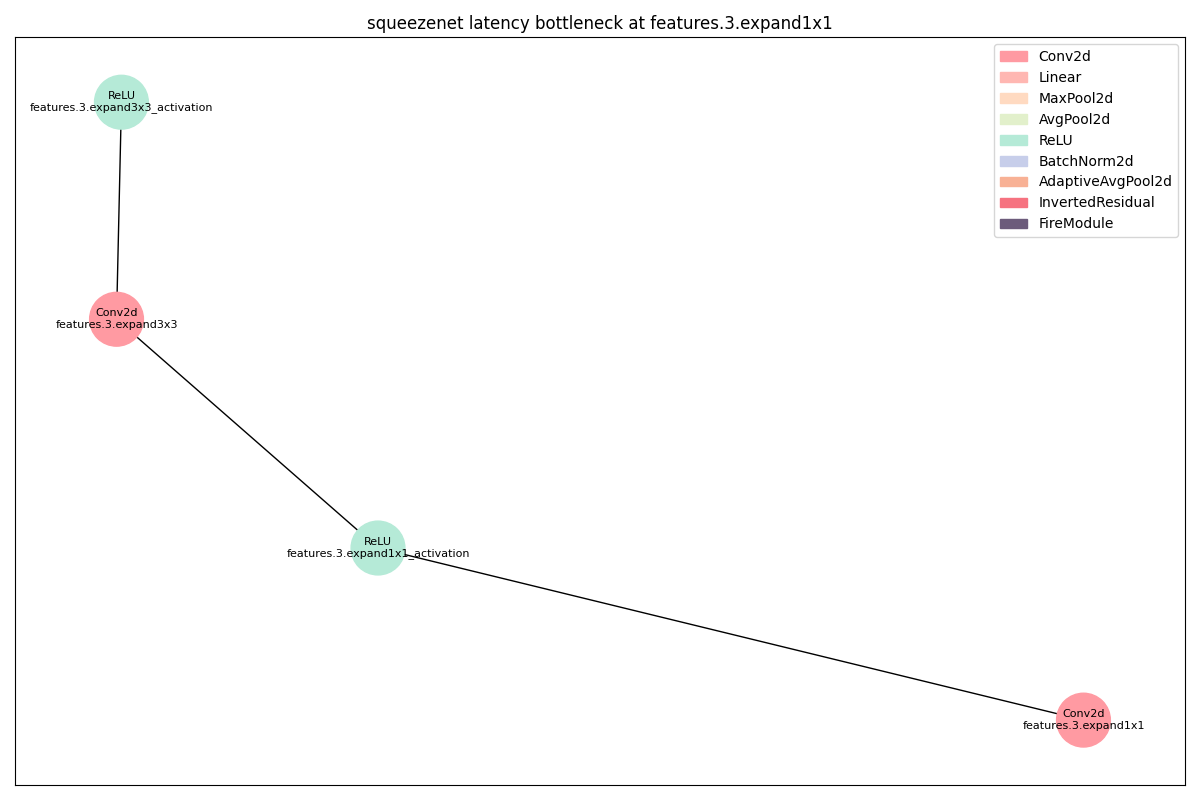
Above: dags/squeezenet_latency_features_3_expand1x1_op.png in 11222-Meng/DNN_Bottlen_Layer_Analysis (Graphviz), before the change. Its source is kept beside it as dags/squeezenet_latency_features_3_expand1x1_op.dot.
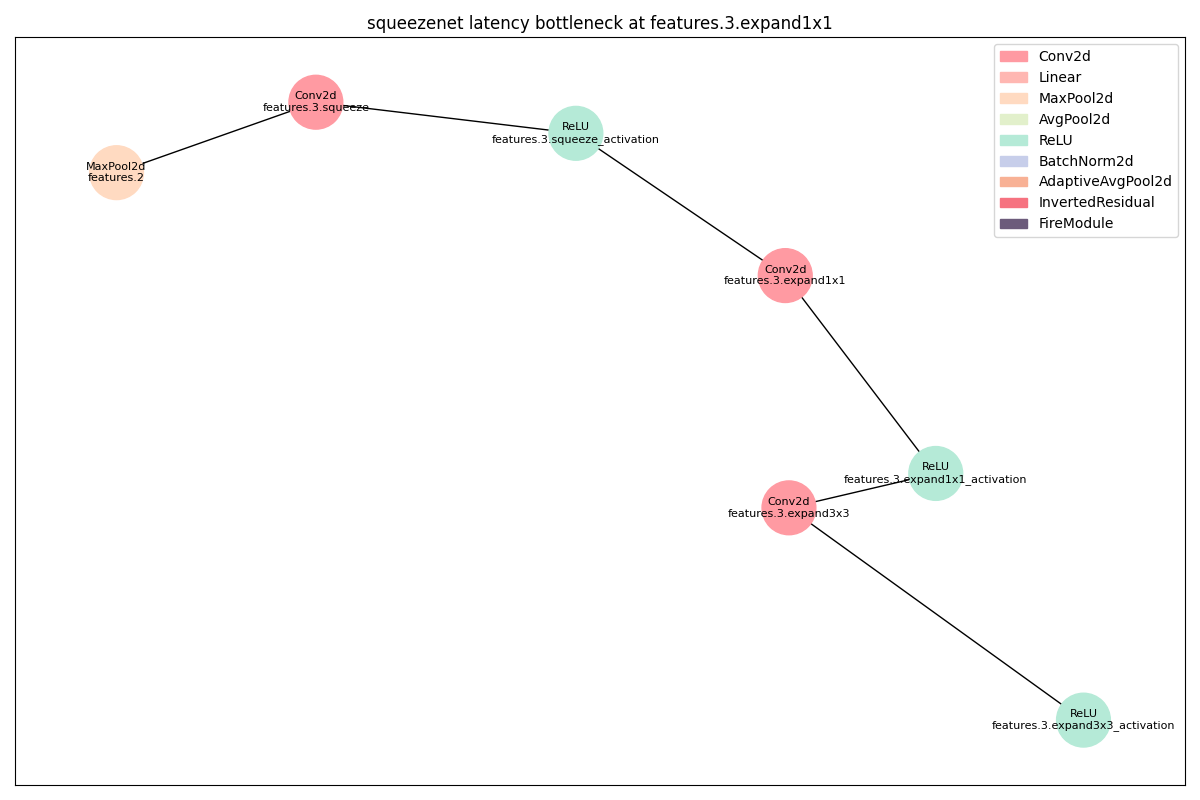
The same file after the commit.

The edit, as a diff of the source:
```diff
@@ -1,21 +1,36 @@
 strict digraph "" {
+	MaxPool2d_0	[color="#FFDAC1",
+		layer_name="features.2",
+		params=0,
+		type=MaxPool2d];
 	Conv2d_0	[color="#FF9AA2",
-		layer_name="features.3.expand1x1",
-		params=1088,
+		layer_name="features.3.squeeze",
+		params=1552,
 		type=Conv2d];
+	MaxPool2d_0 -> Conv2d_0;
 	ReLU_0	[color="#B5EAD7",
-		layer_name="features.3.expand1x1_activation",
+		layer_name="features.3.squeeze_activation",
 		params=0,
 		type=ReLU];
 	Conv2d_0 -> ReLU_0;
 	Conv2d_1	[color="#FF9AA2",
+		layer_name="features.3.expand1x1",
+		params=1088,
+		type=Conv2d];
+	ReLU_0 -> Conv2d_1;
+	ReLU_1	[color="#B5EAD7",
+		layer_name="features.3.expand1x1_activation",
+		params=0,
+		type=ReLU];
+	Conv2d_1 -> ReLU_1;
+	Conv2d_2	[color="#FF9AA2",
 		layer_name="features.3.expand3x3",
 		params=9280,
 		type=Conv2d];
-	ReLU_0 -> Conv2d_1;
-	ReLU_1	[color="#B5EAD7",
+	ReLU_1 -> Conv2d_2;
+	ReLU_2	[color="#B5EAD7",
 		layer_name="features.3.expand3x3_activation",
 		params=0,
 		type=ReLU];
-	Conv2d_1 -> ReLU_1;
+	Conv2d_2 -> ReLU_2;
 }
```
